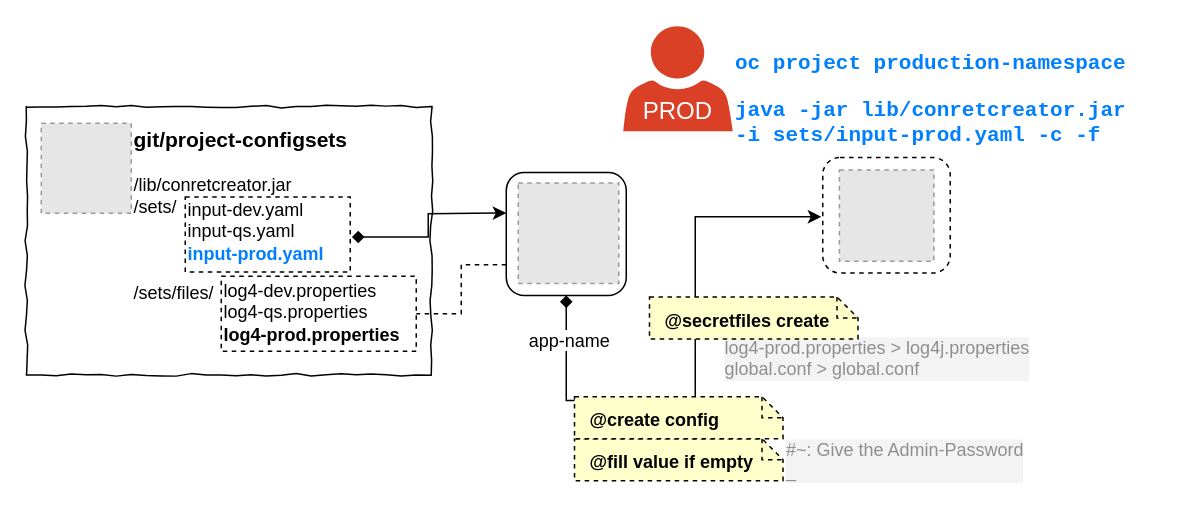
This is docs/conretcreator.drawio from dockermgeo/k8s-conretcreator, a draw.io file, before an edit. Source tidied: cells renumbered, new cells numbered last; positions are measured from the earlier drawing's top-left corner, leaving out a move shared by most shapes. Both pictures are drawn from the tidied source at 150%, with x=0, y=0 at pixel (26, 26). Pictures stored in the file or linked from it are replaced by grey dashed boxes.
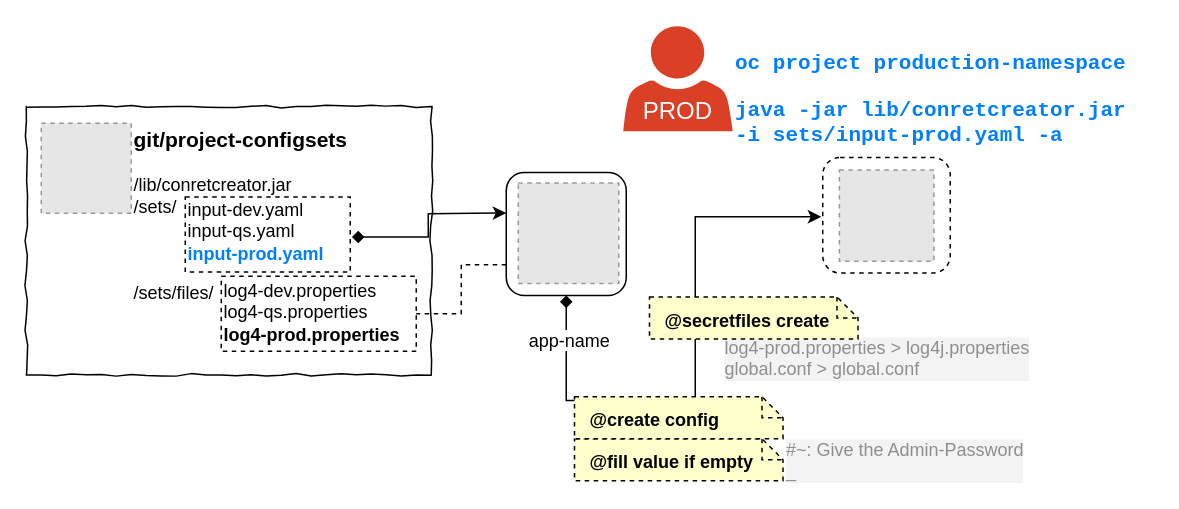
The same diagram, later.

Diff of the diagram source:
```diff
@@
-<mxGraphModel>
+<mxGraphModel background="#ffffff">
@@
-    <mxCell id="2" value="&lt;pre style=&quot;font-size: 14px&quot;&gt;oc project production-namespace&lt;/pre&gt;&lt;pre style=&quot;font-size: 14px&quot;&gt;java -jar lib/conretcreator.jar &lt;br&gt;-i sets/input-prod.yaml -c -f&lt;/pre&gt;" style="text;html=1;align=left;verticalAlign=top;spacingTop=-4;fontStyle=1;fontSize=14;fontColor=#007FFF;" parent="1" vertex="1">
+    <mxCell id="2" value="&lt;pre style=&quot;font-size: 14px&quot;&gt;oc project production-namespace&lt;/pre&gt;&lt;pre style=&quot;font-size: 14px&quot;&gt;java -jar lib/conretcreator.jar &lt;br&gt;-i sets/input-prod.yaml -a&lt;/pre&gt;" style="text;html=1;align=left;verticalAlign=top;spacingTop=-4;fontStyle=1;fontSize=14;fontColor=#007FFF;" parent="1" vertex="1">
       <mxGeometry x="471" width="280" height="90" as="geometry" />
     </mxCell>
```
